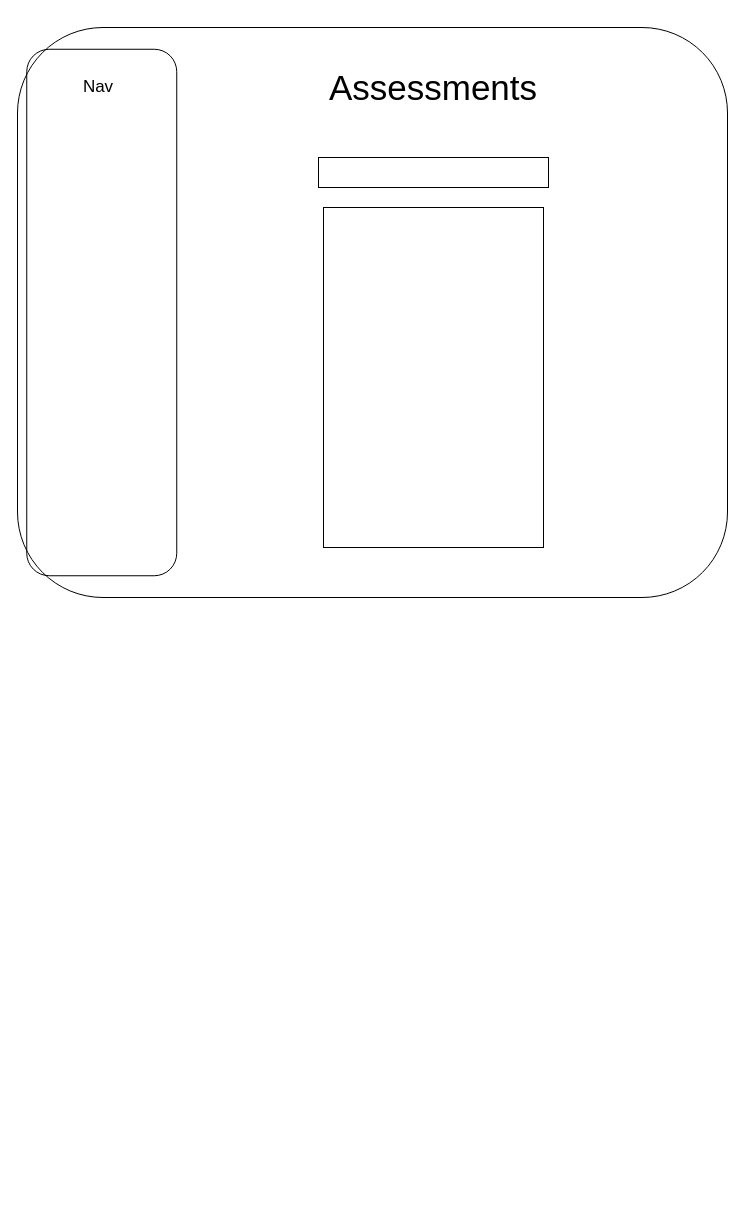
ChangoTheBeast/Engineering72FinalProject keeps this draw.io diagram as documentation/Assements_Page.drawio. Above is the earlier version. Source tidied: cells renumbered, new cells numbered last; positions are measured from the earlier drawing's top-left corner, leaving out a move shared by most shapes. Both pictures are drawn from the tidied source at 100%, with x=0, y=0 at pixel (-162, 17).
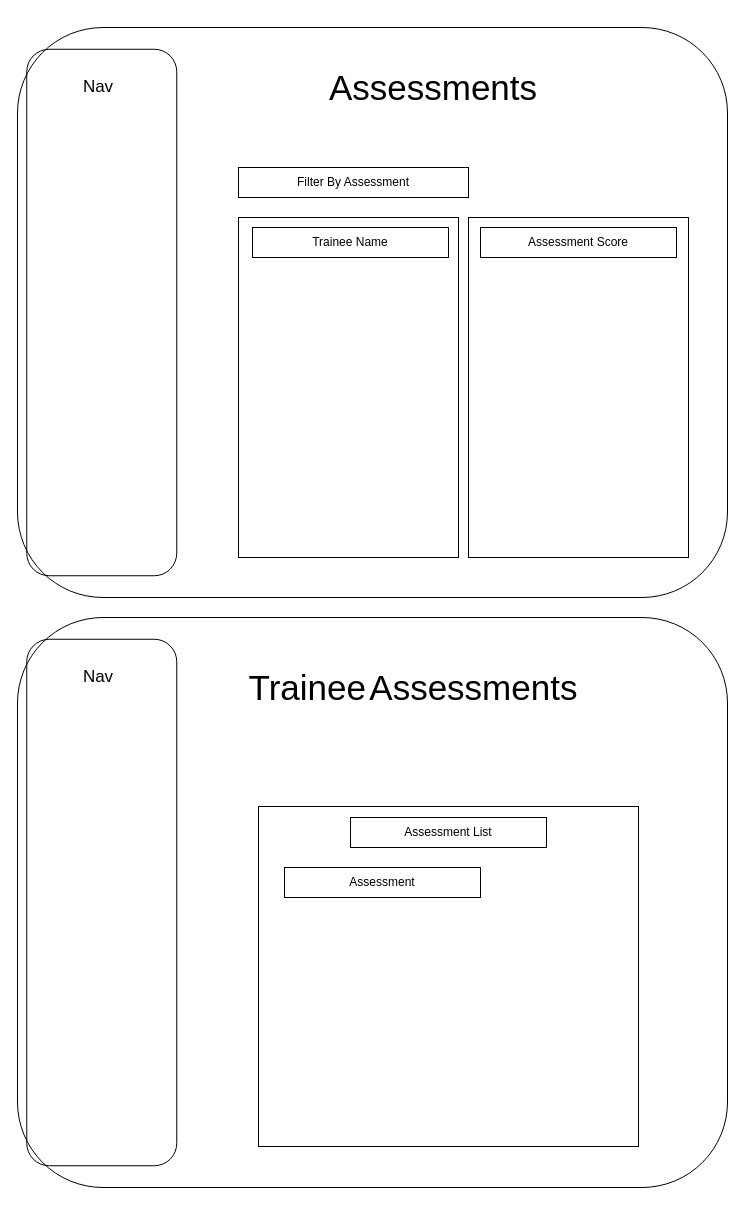
The same diagram, later.

What changed in the source:
```diff
@@
 <mxGraphModel>
   <root>
     <mxCell id="0" />
     <mxCell id="1" parent="0" />
     <mxCell id="2" style="rounded=1;whiteSpace=wrap;html=1;fillColor=none;" parent="1" vertex="1">
       <mxGeometry x="179" y="10" width="710" height="570" as="geometry" />
     </mxCell>
     <mxCell id="3" value="&lt;font style=&quot;font-size: 35px&quot;&gt;Assessments&lt;/font&gt;" style="text;html=1;strokeColor=none;fillColor=none;align=center;verticalAlign=middle;whiteSpace=wrap;rounded=0;" parent="1" vertex="1">
       <mxGeometry x="380" width="430" height="140" as="geometry" />
     </mxCell>
     <mxCell id="4" style="rounded=1;whiteSpace=wrap;html=1;fillColor=none;rotation=90;" parent="1" vertex="1">
       <mxGeometry y="220" width="526.5" height="150" as="geometry" />
     </mxCell>
     <mxCell id="5" value="&lt;font style=&quot;font-size: 17px&quot;&gt;Nav&lt;/font&gt;" style="text;html=1;strokeColor=none;fillColor=none;align=center;verticalAlign=middle;whiteSpace=wrap;rounded=0;" parent="1" vertex="1">
       <mxGeometry x="220" y="45" width="80" height="50" as="geometry" />
     </mxCell>
     <mxCell id="6" style="rounded=0;whiteSpace=wrap;html=1;fillColor=none;rotation=90;" parent="1" vertex="1">
-      <mxGeometry x="425" y="250" width="340" height="220" as="geometry" />
+      <mxGeometry x="340" y="260" width="340" height="220" as="geometry" />
     </mxCell>
-    <mxCell id="7" style="rounded=0;whiteSpace=wrap;html=1;fillColor=none;" parent="1" vertex="1">
-      <mxGeometry x="480" y="140" width="230" height="30" as="geometry" />
+    <mxCell id="7" value="Filter By Assessment" style="rounded=0;whiteSpace=wrap;html=1;fillColor=none;" parent="1" vertex="1">
+      <mxGeometry x="400" y="150" width="230" height="30" as="geometry" />
     </mxCell>
+    <mxCell id="8" value="Trainee Name" style="rounded=0;whiteSpace=wrap;html=1;fillColor=none;" parent="1" vertex="1">
+      <mxGeometry x="414" y="210" width="196" height="30" as="geometry" />
+    </mxCell>
+    <mxCell id="9" style="rounded=0;whiteSpace=wrap;html=1;fillColor=none;" parent="1" vertex="1">
+      <mxGeometry x="630" y="200" width="220" height="340" as="geometry" />
+    </mxCell>
+    <mxCell id="10" value="Assessment Score" style="rounded=0;whiteSpace=wrap;html=1;fillColor=none;" parent="1" vertex="1">
+      <mxGeometry x="642" y="210" width="196" height="30" as="geometry" />
+    </mxCell>
+    <mxCell id="11" style="rounded=1;whiteSpace=wrap;html=1;fillColor=none;" parent="1" vertex="1">
+      <mxGeometry x="179" y="600" width="710" height="570" as="geometry" />
+    </mxCell>
+    <mxCell id="12" style="rounded=1;whiteSpace=wrap;html=1;fillColor=none;rotation=90;" parent="1" vertex="1">
+      <mxGeometry y="810" width="526.5" height="150" as="geometry" />
+    </mxCell>
+    <mxCell id="13" value="&lt;font style=&quot;font-size: 17px&quot;&gt;Nav&lt;/font&gt;" style="text;html=1;strokeColor=none;fillColor=none;align=center;verticalAlign=middle;whiteSpace=wrap;rounded=0;" parent="1" vertex="1">
+      <mxGeometry x="220" y="635" width="80" height="50" as="geometry" />
+    </mxCell>
+    <mxCell id="14" style="rounded=0;whiteSpace=wrap;html=1;fillColor=none;" parent="1" vertex="1">
+      <mxGeometry x="420" y="789" width="380" height="340" as="geometry" />
+    </mxCell>
+    <mxCell id="15" value="Assessment List" style="rounded=0;whiteSpace=wrap;html=1;fillColor=none;" parent="1" vertex="1">
+      <mxGeometry x="512" y="800" width="196" height="30" as="geometry" />
+    </mxCell>
+    <mxCell id="16" value="&lt;font style=&quot;font-size: 35px&quot;&gt;Trainee&lt;/font&gt; &lt;font style=&quot;font-size: 35px&quot;&gt;Assessments&lt;/font&gt;" style="text;html=1;strokeColor=none;fillColor=none;align=center;verticalAlign=middle;whiteSpace=wrap;rounded=0;" parent="1" vertex="1">
+      <mxGeometry x="360" y="600" width="430" height="140" as="geometry" />
+    </mxCell>
+    <mxCell id="17" value="Assessment" style="rounded=0;whiteSpace=wrap;html=1;fillColor=none;" parent="1" vertex="1">
+      <mxGeometry x="446" y="850" width="196" height="30" as="geometry" />
+    </mxCell>
   </root>
 </mxGraphModel>
```
